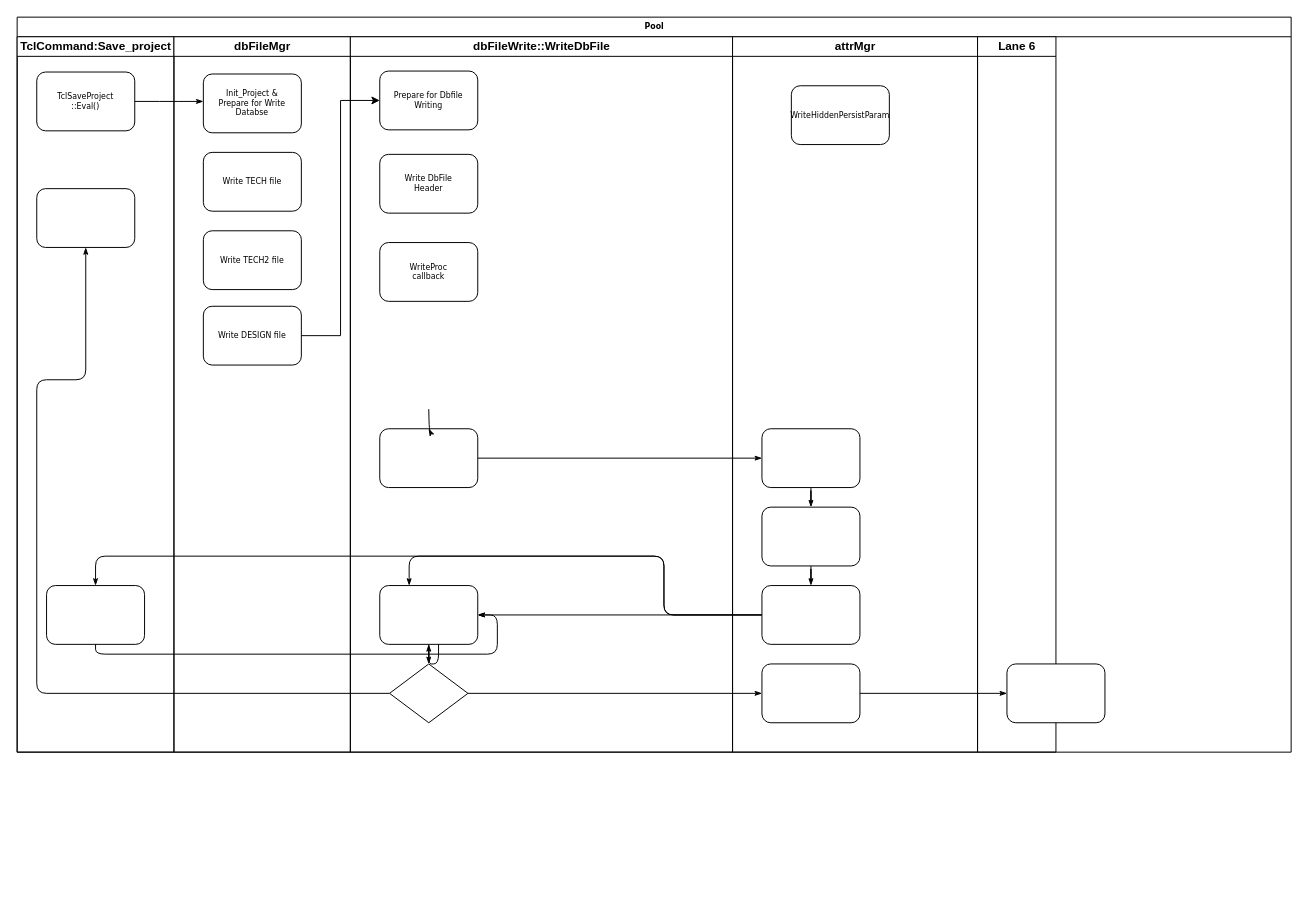
RebeccaY/start keeps this draw.io diagram as Cross-function Diagram.drawio. Above is the earlier version. Source tidied: cells renumbered, new cells numbered last; positions are measured from the earlier drawing's top-left corner, leaving out a move shared by most shapes. Both pictures are drawn from the tidied source at 98%, with x=0, y=0 at pixel (17, 17).
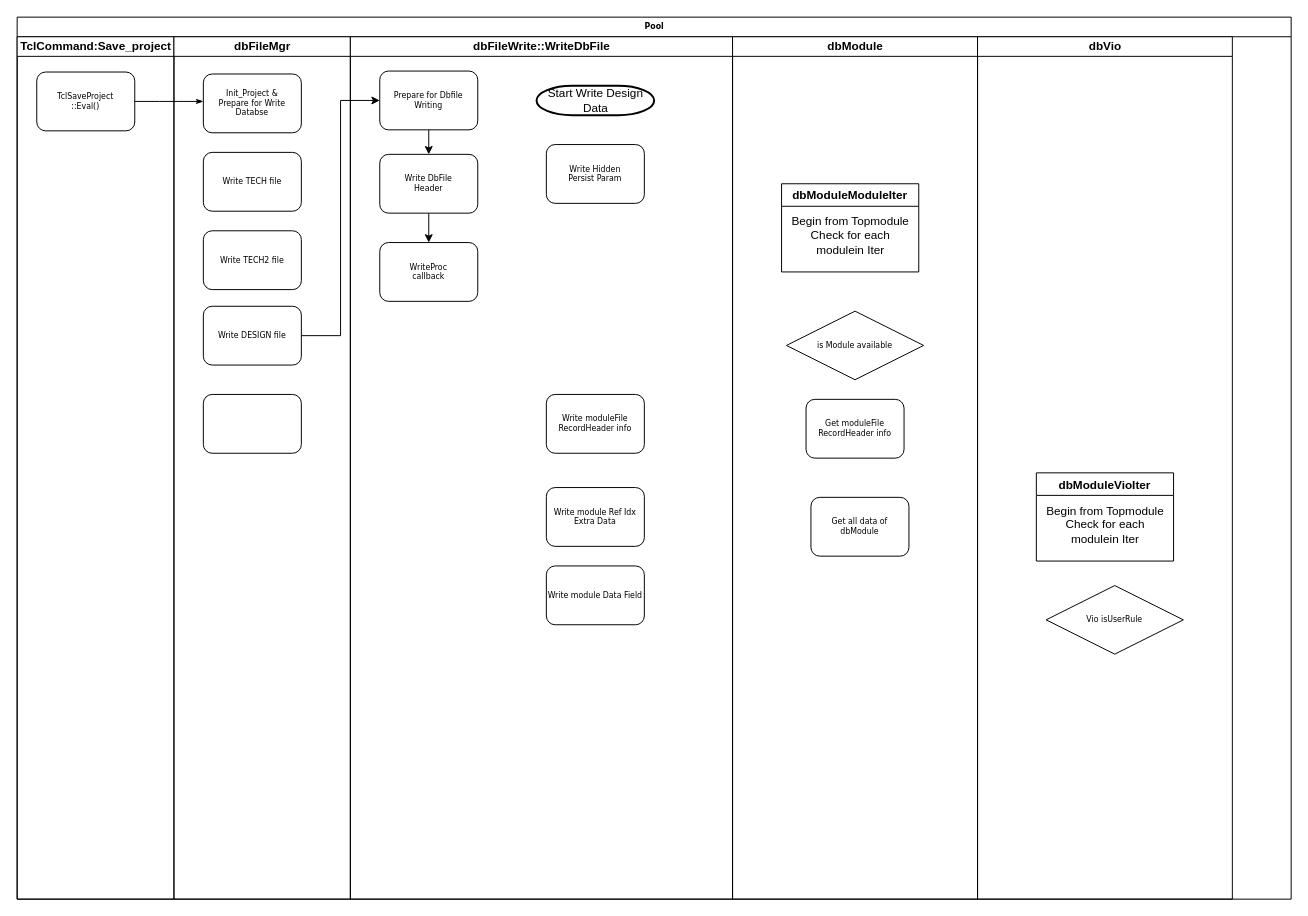
The same diagram, later.

The change refers to these unchanged cells:
```xml
<mxCell id="21" value="Write DESIGN file" style="rounded=1;whiteSpace=wrap;html=1;shadow=0;labelBackgroundColor=none;strokeWidth=1;fontFamily=Verdana;fontSize=8;align=center;" parent="17" vertex="1">
  <mxGeometry x="30" y="275" width="100" height="60" as="geometry" />
</mxCell>
<mxCell id="23" value="Prepare for Dbfile Writing" style="rounded=1;whiteSpace=wrap;html=1;shadow=0;labelBackgroundColor=none;strokeWidth=1;fontFamily=Verdana;fontSize=8;align=center;" parent="22" vertex="1">
  <mxGeometry x="30" y="35" width="100" height="60" as="geometry" />
</mxCell>
<mxCell id="29" value="Write DbFile&lt;br&gt;Header" style="rounded=1;whiteSpace=wrap;html=1;shadow=0;labelBackgroundColor=none;strokeWidth=1;fontFamily=Verdana;fontSize=8;align=center;" parent="22" vertex="1">
  <mxGeometry x="30" y="120" width="100" height="60" as="geometry" />
</mxCell>
<mxCell id="30" value="WriteProc&lt;br&gt;callback" style="rounded=1;whiteSpace=wrap;html=1;shadow=0;labelBackgroundColor=none;strokeWidth=1;fontFamily=Verdana;fontSize=8;align=center;" parent="22" vertex="1">
  <mxGeometry x="30" y="210" width="100" height="60" as="geometry" />
</mxCell>
```

The edit, as a diff of the source:
```diff
@@
     <mxCell id="2" value="Pool" style="swimlane;html=1;startSize=20;rounded=0;shadow=0;labelBackgroundColor=none;strokeWidth=1;fontFamily=Verdana;fontSize=8;align=center;" parent="1" vertex="1">
-      <mxGeometry width="1300" height="750" as="geometry" />
+      <mxGeometry width="1300" height="900" as="geometry" />
     </mxCell>
     <mxCell id="3" value="TclCommand:Save_project" style="swimlane;html=1;startSize=20;" parent="2" vertex="1">
-      <mxGeometry y="20" width="160" height="730" as="geometry" />
+      <mxGeometry y="20" width="160" height="880" as="geometry" />
     </mxCell>
@@
-    <mxCell id="5" style="rounded=1;whiteSpace=wrap;html=1;shadow=0;labelBackgroundColor=none;strokeWidth=1;fontFamily=Verdana;fontSize=8;align=center;" parent="3" vertex="1">
-      <mxGeometry x="20" y="155" width="100" height="60" as="geometry" />
-    </mxCell>
-    <mxCell id="6" style="rounded=1;whiteSpace=wrap;html=1;shadow=0;labelBackgroundColor=none;strokeWidth=1;fontFamily=Verdana;fontSize=8;align=center;" parent="3" vertex="1">
-      <mxGeometry x="30" y="560" width="100" height="60" as="geometry" />
-    </mxCell>
@@
-    <mxCell id="8" style="edgeStyle=orthogonalEdgeStyle;rounded=1;html=1;labelBackgroundColor=none;startArrow=none;startFill=0;startSize=5;endArrow=classicThin;endFill=1;endSize=5;jettySize=auto;strokeWidth=1;fontFamily=Verdana;fontSize=8;" parent="2" edge="1" source="26" target="5">
-      <mxGeometry relative="1" as="geometry">
-        <Array as="points">
-          <mxPoint x="20" y="690" />
-          <mxPoint x="20" y="370" />
-          <mxPoint x="70" y="370" />
-        </Array>
-      </mxGeometry>
-    </mxCell>
-    <mxCell id="9" style="edgeStyle=orthogonalEdgeStyle;rounded=1;html=1;labelBackgroundColor=none;startArrow=none;startFill=0;startSize=5;endArrow=classicThin;endFill=1;endSize=5;jettySize=auto;strokeWidth=1;fontFamily=Verdana;fontSize=8;" parent="2" edge="1" source="26" target="35">
-      <mxGeometry relative="1" as="geometry" />
-    </mxCell>
-    <mxCell id="10" style="edgeStyle=orthogonalEdgeStyle;rounded=1;html=1;labelBackgroundColor=none;startArrow=none;startFill=0;startSize=5;endArrow=classicThin;endFill=1;endSize=5;jettySize=auto;strokeWidth=1;fontFamily=Verdana;fontSize=8;" parent="2" edge="1" source="35" target="40">
-      <mxGeometry relative="1" as="geometry" />
-    </mxCell>
-    <mxCell id="11" style="edgeStyle=orthogonalEdgeStyle;rounded=1;html=1;labelBackgroundColor=none;startArrow=none;startFill=0;startSize=5;endArrow=classicThin;endFill=1;endSize=5;jettySize=auto;strokeWidth=1;fontFamily=Verdana;fontSize=8;" parent="2" edge="1" source="24" target="32">
-      <mxGeometry relative="1" as="geometry" />
-    </mxCell>
-    <mxCell id="12" style="edgeStyle=orthogonalEdgeStyle;rounded=1;html=1;labelBackgroundColor=none;startArrow=none;startFill=0;startSize=5;endArrow=classicThin;endFill=1;endSize=5;jettySize=auto;strokeWidth=1;fontFamily=Verdana;fontSize=8;" parent="2" edge="1" source="34">
-      <mxGeometry relative="1" as="geometry">
-        <mxPoint x="400" y="580" as="targetPoint" />
-        <Array as="points">
-          <mxPoint x="660" y="610" />
-          <mxPoint x="660" y="550" />
-          <mxPoint x="400" y="550" />
-        </Array>
-      </mxGeometry>
-    </mxCell>
-    <mxCell id="13" style="edgeStyle=orthogonalEdgeStyle;rounded=1;html=1;labelBackgroundColor=none;startArrow=none;startFill=0;startSize=5;endArrow=classicThin;endFill=1;endSize=5;jettySize=auto;strokeColor=#000000;strokeWidth=1;fontFamily=Verdana;fontSize=8;fontColor=#000000;" parent="2" edge="1" source="34" target="25">
-      <mxGeometry relative="1" as="geometry" />
-    </mxCell>
-    <mxCell id="14" style="edgeStyle=orthogonalEdgeStyle;rounded=1;html=1;labelBackgroundColor=none;startArrow=none;startFill=0;startSize=5;endArrow=classicThin;endFill=1;endSize=5;jettySize=auto;strokeWidth=1;fontFamily=Verdana;fontSize=8;" parent="2" edge="1" source="34" target="6">
-      <mxGeometry relative="1" as="geometry">
-        <Array as="points">
-          <mxPoint x="660" y="610" />
-          <mxPoint x="660" y="550" />
-          <mxPoint x="80" y="550" />
-        </Array>
-      </mxGeometry>
-    </mxCell>
-    <mxCell id="15" style="edgeStyle=orthogonalEdgeStyle;rounded=1;html=1;labelBackgroundColor=none;startArrow=none;startFill=0;startSize=5;endArrow=classicThin;endFill=1;endSize=5;jettySize=auto;strokeWidth=1;fontFamily=Verdana;fontSize=8;" parent="2" edge="1" source="6" target="25">
-      <mxGeometry relative="1" as="geometry">
-        <Array as="points">
-          <mxPoint x="80" y="650" />
-          <mxPoint x="490" y="650" />
-          <mxPoint x="490" y="610" />
-        </Array>
-      </mxGeometry>
-    </mxCell>
-    <mxCell id="16" style="edgeStyle=orthogonalEdgeStyle;rounded=1;html=1;labelBackgroundColor=none;startArrow=none;startFill=0;startSize=5;endArrow=classicThin;endFill=1;endSize=5;jettySize=auto;strokeWidth=1;fontFamily=Verdana;fontSize=8;" parent="2" edge="1" target="25">
-      <mxGeometry relative="1" as="geometry">
-        <mxPoint x="450" y="610" as="sourcePoint" />
-      </mxGeometry>
-    </mxCell>
     <mxCell id="17" value="dbFileMgr" style="swimlane;html=1;startSize=20;" parent="2" vertex="1">
-      <mxGeometry x="160" y="20" width="180" height="730" as="geometry" />
+      <mxGeometry x="160" y="20" width="180" height="880" as="geometry" />
     </mxCell>
@@
+    <mxCell id="42" style="rounded=1;whiteSpace=wrap;html=1;shadow=0;labelBackgroundColor=none;strokeWidth=1;fontFamily=Verdana;fontSize=8;align=center;" parent="17" vertex="1">
+      <mxGeometry x="30" y="365" width="100" height="60" as="geometry" />
+    </mxCell>
     <mxCell id="22" value="dbFileWrite::WriteDbFile" style="swimlane;html=1;startSize=20;" parent="2" vertex="1">
-      <mxGeometry x="340" y="20" width="390" height="730" as="geometry" />
+      <mxGeometry x="340" y="20" width="390" height="880" as="geometry" />
     </mxCell>
+    <mxCell id="43" style="edgeStyle=orthogonalEdgeStyle;rounded=0;jettySize=auto;html=1;exitX=0.5;exitY=1;exitDx=0;exitDy=0;entryX=0.5;entryY=0;entryDx=0;entryDy=0;" parent="22" edge="1" source="23" target="29">
+      <mxGeometry relative="1" as="geometry" />
+    </mxCell>
@@
-    <mxCell id="24" style="rounded=1;whiteSpace=wrap;html=1;shadow=0;labelBackgroundColor=none;strokeWidth=1;fontFamily=Verdana;fontSize=8;align=center;" parent="22" vertex="1">
-      <mxGeometry x="30" y="400" width="100" height="60" as="geometry" />
-    </mxCell>
-    <mxCell id="25" style="rounded=1;whiteSpace=wrap;html=1;shadow=0;labelBackgroundColor=none;strokeWidth=1;fontFamily=Verdana;fontSize=8;align=center;" parent="22" vertex="1">
-      <mxGeometry x="30" y="560" width="100" height="60" as="geometry" />
-    </mxCell>
-    <mxCell id="26" style="rhombus;whiteSpace=wrap;html=1;rounded=0;shadow=0;labelBackgroundColor=none;strokeWidth=1;fontFamily=Verdana;fontSize=8;align=center;" parent="22" vertex="1">
-      <mxGeometry x="40" y="640" width="80" height="60" as="geometry" />
-    </mxCell>
-    <mxCell id="27" style="edgeStyle=orthogonalEdgeStyle;rounded=1;html=1;labelBackgroundColor=none;startArrow=none;startFill=0;startSize=5;endArrow=classicThin;endFill=1;endSize=5;jettySize=auto;strokeWidth=1;fontFamily=Verdana;fontSize=8;" parent="22" edge="1" target="24">
-      <mxGeometry relative="1" as="geometry">
-        <mxPoint x="80" y="380" as="sourcePoint" />
-      </mxGeometry>
-    </mxCell>
-    <mxCell id="28" style="edgeStyle=orthogonalEdgeStyle;rounded=1;html=1;labelBackgroundColor=none;startArrow=none;startFill=0;startSize=5;endArrow=classicThin;endFill=1;endSize=5;jettySize=auto;strokeWidth=1;fontFamily=Verdana;fontSize=8;" parent="22" edge="1" source="25" target="26">
-      <mxGeometry relative="1" as="geometry" />
-    </mxCell>
+    <mxCell id="44" style="edgeStyle=orthogonalEdgeStyle;rounded=0;jettySize=auto;html=1;exitX=0.5;exitY=1;exitDx=0;exitDy=0;entryX=0.5;entryY=0;entryDx=0;entryDy=0;" parent="22" edge="1" source="29" target="30">
+      <mxGeometry relative="1" as="geometry" />
+    </mxCell>
@@
+    <mxCell id="38" value="Write Hidden&lt;br&gt;Persist Param" style="rounded=1;whiteSpace=wrap;html=1;shadow=0;labelBackgroundColor=none;strokeWidth=1;fontFamily=Verdana;fontSize=8;align=center;" parent="22" vertex="1">
+      <mxGeometry x="200" y="110" width="100" height="60" as="geometry" />
+    </mxCell>
+    <mxCell id="45" value="Start Write Design&lt;br&gt;Data" style="shape=mxgraph.flowchart.terminator;strokeWidth=2;gradientColor=none;gradientDirection=north;fontStyle=0;html=1;" parent="22" vertex="1">
+      <mxGeometry x="190" y="50" width="120" height="30" as="geometry" />
+    </mxCell>
+    <mxCell id="46" value="Write moduleFile&lt;br&gt;RecordHeader info" style="rounded=1;whiteSpace=wrap;html=1;shadow=0;labelBackgroundColor=none;strokeWidth=1;fontFamily=Verdana;fontSize=8;align=center;" parent="22" vertex="1">
+      <mxGeometry x="200" y="365" width="100" height="60" as="geometry" />
+    </mxCell>
+    <mxCell id="47" value="Write module Ref Idx Extra Data" style="rounded=1;whiteSpace=wrap;html=1;shadow=0;labelBackgroundColor=none;strokeWidth=1;fontFamily=Verdana;fontSize=8;align=center;" parent="22" vertex="1">
+      <mxGeometry x="200" y="460" width="100" height="60" as="geometry" />
+    </mxCell>
+    <mxCell id="48" value="Write module Data Field" style="rounded=1;whiteSpace=wrap;html=1;shadow=0;labelBackgroundColor=none;strokeWidth=1;fontFamily=Verdana;fontSize=8;align=center;" parent="22" vertex="1">
+      <mxGeometry x="200" y="540" width="100" height="60" as="geometry" />
+    </mxCell>
-    <mxCell id="31" value="attrMgr" style="swimlane;html=1;startSize=20;" parent="2" vertex="1">
-      <mxGeometry x="730" y="20" width="250" height="730" as="geometry" />
+    <mxCell id="31" value="dbModule" style="swimlane;html=1;startSize=20;" parent="2" vertex="1">
+      <mxGeometry x="730" y="20" width="250" height="880" as="geometry" />
     </mxCell>
-    <mxCell id="32" style="rounded=1;whiteSpace=wrap;html=1;shadow=0;labelBackgroundColor=none;strokeWidth=1;fontFamily=Verdana;fontSize=8;align=center;" parent="31" vertex="1">
-      <mxGeometry x="30" y="400" width="100" height="60" as="geometry" />
-    </mxCell>
-    <mxCell id="33" style="rounded=1;whiteSpace=wrap;html=1;shadow=0;labelBackgroundColor=none;strokeWidth=1;fontFamily=Verdana;fontSize=8;align=center;" parent="31" vertex="1">
-      <mxGeometry x="30" y="480" width="100" height="60" as="geometry" />
-    </mxCell>
-    <mxCell id="34" style="rounded=1;whiteSpace=wrap;html=1;shadow=0;labelBackgroundColor=none;strokeWidth=1;fontFamily=Verdana;fontSize=8;align=center;" parent="31" vertex="1">
-      <mxGeometry x="30" y="560" width="100" height="60" as="geometry" />
+    <mxCell id="34" value="Get all data of dbModule" style="rounded=1;whiteSpace=wrap;html=1;shadow=0;labelBackgroundColor=none;strokeWidth=1;fontFamily=Verdana;fontSize=8;align=center;" parent="31" vertex="1">
+      <mxGeometry x="80" y="470" width="100" height="60" as="geometry" />
     </mxCell>
-    <mxCell id="35" style="rounded=1;whiteSpace=wrap;html=1;shadow=0;labelBackgroundColor=none;strokeWidth=1;fontFamily=Verdana;fontSize=8;align=center;" parent="31" vertex="1">
-      <mxGeometry x="30" y="640" width="100" height="60" as="geometry" />
-    </mxCell>
-    <mxCell id="36" style="edgeStyle=orthogonalEdgeStyle;rounded=1;html=1;labelBackgroundColor=none;startArrow=none;startFill=0;startSize=5;endArrow=classicThin;endFill=1;endSize=5;jettySize=auto;strokeWidth=1;fontFamily=Verdana;fontSize=8;" parent="31" edge="1" source="32" target="33">
-      <mxGeometry relative="1" as="geometry" />
-    </mxCell>
-    <mxCell id="37" style="edgeStyle=orthogonalEdgeStyle;rounded=1;html=1;labelBackgroundColor=none;startArrow=none;startFill=0;startSize=5;endArrow=classicThin;endFill=1;endSize=5;jettySize=auto;strokeWidth=1;fontFamily=Verdana;fontSize=8;" parent="31" edge="1" source="33" target="34">
-      <mxGeometry relative="1" as="geometry" />
-    </mxCell>
-    <mxCell id="38" value="WriteHiddenPersistParam" style="rounded=1;whiteSpace=wrap;html=1;shadow=0;labelBackgroundColor=none;strokeWidth=1;fontFamily=Verdana;fontSize=8;align=center;" parent="31" vertex="1">
-      <mxGeometry x="60" y="50" width="100" height="60" as="geometry" />
-    </mxCell>
+    <mxCell id="49" value="dbModuleModuleIter" style="swimlane;" parent="31" vertex="1">
+      <mxGeometry x="50" y="150" width="140" height="90" as="geometry" />
+    </mxCell>
+    <mxCell id="50" value="Begin from Topmodule&lt;br&gt;Check for each &lt;br&gt;modulein Iter" style="text;html=1;align=center;verticalAlign=middle;strokeColor=none;" parent="49" vertex="1">
+      <mxGeometry y="28" width="140" height="50" as="geometry" />
+    </mxCell>
+    <mxCell id="51" value="is Module available" style="rhombus;whiteSpace=wrap;html=1;rounded=0;shadow=0;labelBackgroundColor=none;strokeWidth=1;fontFamily=Verdana;fontSize=8;align=center;" parent="31" vertex="1">
+      <mxGeometry x="55" y="280" width="140" height="70" as="geometry" />
+    </mxCell>
+    <mxCell id="52" value="Get moduleFile&lt;br&gt;RecordHeader info" style="rounded=1;whiteSpace=wrap;html=1;shadow=0;labelBackgroundColor=none;strokeWidth=1;fontFamily=Verdana;fontSize=8;align=center;" parent="31" vertex="1">
+      <mxGeometry x="75" y="370" width="100" height="60" as="geometry" />
+    </mxCell>
+    <mxCell id="41" style="edgeStyle=orthogonalEdgeStyle;rounded=0;jettySize=auto;html=1;entryX=0;entryY=0.5;entryDx=0;entryDy=0;" parent="2" edge="1" source="21" target="23">
+      <mxGeometry relative="1" as="geometry" />
+    </mxCell>
-    <mxCell id="39" value="Lane 6" style="swimlane;html=1;startSize=20;" parent="2" vertex="1">
-      <mxGeometry x="980" y="20" width="80" height="730" as="geometry" />
+    <mxCell id="39" value="dbVio" style="swimlane;html=1;startSize=20;" parent="2" vertex="1">
+      <mxGeometry x="980" y="20" width="260" height="880" as="geometry" />
     </mxCell>
-    <mxCell id="40" style="rounded=1;whiteSpace=wrap;html=1;shadow=0;labelBackgroundColor=none;strokeWidth=1;fontFamily=Verdana;fontSize=8;align=center;" parent="39" vertex="1">
-      <mxGeometry x="30" y="640" width="100" height="60" as="geometry" />
-    </mxCell>
-    <mxCell id="41" style="edgeStyle=orthogonalEdgeStyle;rounded=0;jettySize=auto;html=1;entryX=0;entryY=0.5;entryDx=0;entryDy=0;" parent="2" edge="1" source="21" target="23">
-      <mxGeometry relative="1" as="geometry" />
-    </mxCell>
+    <mxCell id="53" value="dbModuleVioIter" style="swimlane;" parent="39" vertex="1">
+      <mxGeometry x="60" y="445" width="140" height="90" as="geometry" />
+    </mxCell>
+    <mxCell id="54" value="Begin from Topmodule&lt;br&gt;Check for each &lt;br&gt;modulein Iter" style="text;html=1;align=center;verticalAlign=middle;strokeColor=none;" parent="53" vertex="1">
+      <mxGeometry y="28" width="140" height="50" as="geometry" />
+    </mxCell>
+    <mxCell id="55" value="Vio isUserRule" style="rhombus;whiteSpace=wrap;html=1;rounded=0;shadow=0;labelBackgroundColor=none;strokeWidth=1;fontFamily=Verdana;fontSize=8;align=center;" parent="39" vertex="1">
+      <mxGeometry x="70" y="560" width="140" height="70" as="geometry" />
+    </mxCell>
```
